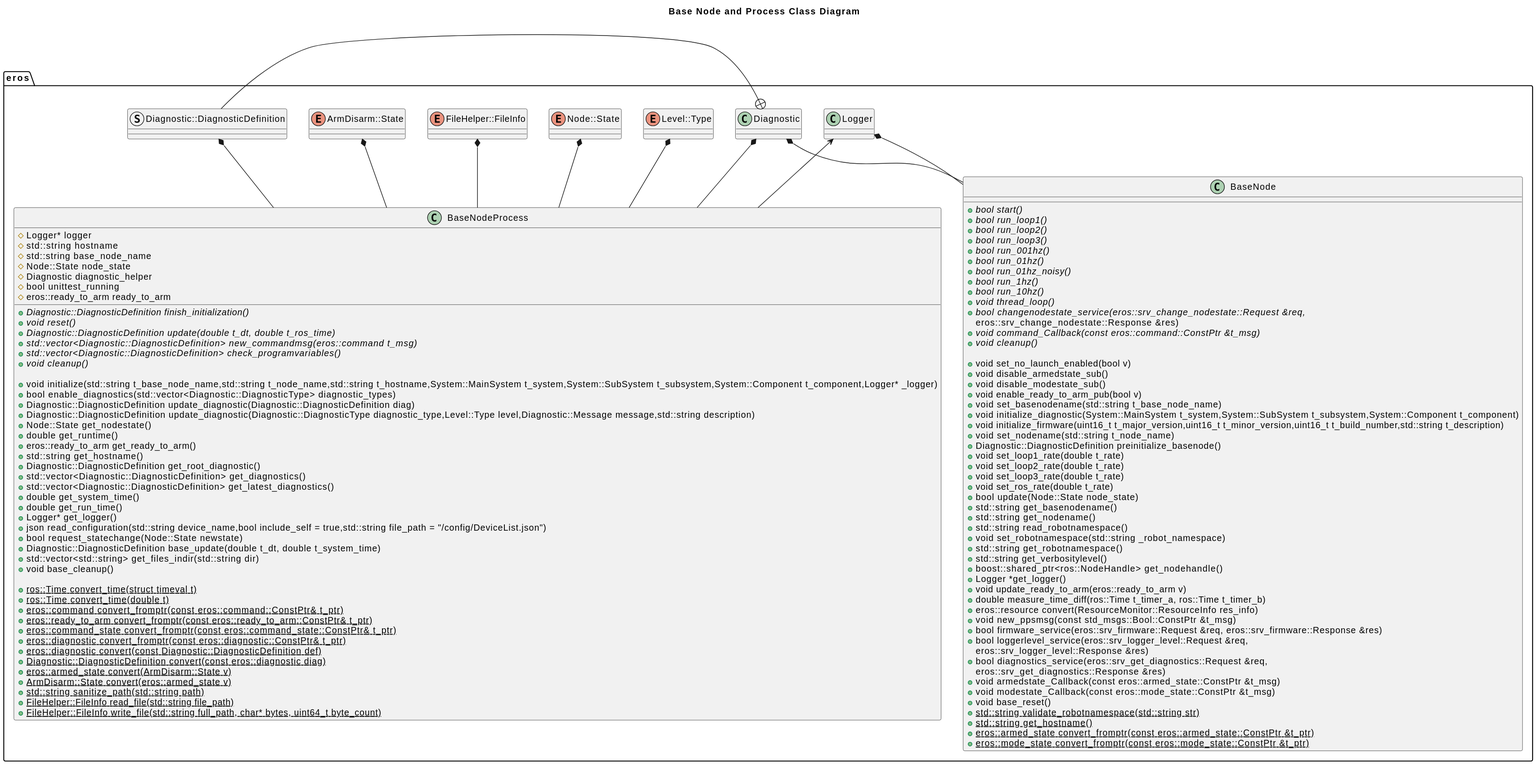
Earlier version of the PlantUML export doc/BaseNode/output/BaseNodeClassDiagram.svg (dgitz/eros). Source of this version:
```plantuml
@startuml
title Base Node and Process Class Diagram
package eros {
    class BaseNodeProcess
    class BaseNode
    together {
        enum Level::Type
        struct Diagnostic::DiagnosticDefinition
        enum Node::State
        class Logger
        enum ArmDisarm::State
        enum FileHelper::FileInfo
        class Diagnostic
    }
}
Logger <-- BaseNodeProcess
Level::Type *-- BaseNodeProcess
Diagnostic::DiagnosticDefinition *-- BaseNodeProcess
Node::State *-- BaseNodeProcess
ArmDisarm::State *-- BaseNodeProcess
FileHelper::FileInfo *-- BaseNodeProcess
Diagnostic *-- BaseNodeProcess
Diagnostic *-- BaseNode
Logger *-- BaseNode
Diagnostic +- Diagnostic::DiagnosticDefinition
class BaseNodeProcess {
    +{abstract} Diagnostic::DiagnosticDefinition finish_initialization()
    +{abstract} void reset()
    +{abstract} Diagnostic::DiagnosticDefinition update(double t_dt, double t_ros_time)
    +{abstract} std::vector<Diagnostic::DiagnosticDefinition> new_commandmsg(eros::command t_msg)
    +{abstract} std::vector<Diagnostic::DiagnosticDefinition> check_programvariables()
    +{abstract} void cleanup()

    +void initialize(std::string t_base_node_name,std::string t_node_name,std::string t_hostname,System::MainSystem t_system,System::SubSystem t_subsystem,System::Component t_component,Logger* _logger)
    +bool enable_diagnostics(std::vector<Diagnostic::DiagnosticType> diagnostic_types)
    +Diagnostic::DiagnosticDefinition update_diagnostic(Diagnostic::DiagnosticDefinition diag)
    +Diagnostic::DiagnosticDefinition update_diagnostic(Diagnostic::DiagnosticType diagnostic_type,Level::Type level,Diagnostic::Message message,std::string description)
    +Node::State get_nodestate()
    +double get_runtime()
    +eros::ready_to_arm get_ready_to_arm()
    +std::string get_hostname()
    +Diagnostic::DiagnosticDefinition get_root_diagnostic()
    +std::vector<Diagnostic::DiagnosticDefinition> get_diagnostics()
    +std::vector<Diagnostic::DiagnosticDefinition> get_latest_diagnostics()
    +double get_system_time()
    +double get_run_time()
    +Logger* get_logger()
    +json read_configuration(std::string device_name,bool include_self = true,std::string file_path = "~/config/DeviceList.json")
    +bool request_statechange(Node::State newstate)
    +Diagnostic::DiagnosticDefinition base_update(double t_dt, double t_system_time)
    +std::vector<std::string> get_files_indir(std::string dir)
    +void base_cleanup()

    +{static} ros::Time convert_time(struct timeval t)
    +{static} ros::Time convert_time(double t)
    +{static} eros::command convert_fromptr(const eros::command::ConstPtr& t_ptr)
    +{static} eros::ready_to_arm convert_fromptr(const eros::ready_to_arm::ConstPtr& t_ptr)
    +{static} eros::command_state convert_fromptr(const eros::command_state::ConstPtr& t_ptr)
    +{static} eros::diagnostic convert_fromptr(const eros::diagnostic::ConstPtr& t_ptr)
    +{static} eros::diagnostic convert(const Diagnostic::DiagnosticDefinition def)
    +{static} Diagnostic::DiagnosticDefinition convert(const eros::diagnostic diag)
    +{static} eros::armed_state convert(ArmDisarm::State v)
    +{static} ArmDisarm::State convert(eros::armed_state v)
    +{static} std::string sanitize_path(std::string path)
    +{static} FileHelper::FileInfo read_file(std::string file_path)
    +{static} FileHelper::FileInfo write_file(std::string full_path, char* bytes, uint64_t byte_count)

    #Logger* logger
    #std::string hostname
    #std::string base_node_name
    #Node::State node_state
    #Diagnostic diagnostic_helper
    #bool unittest_running
    #eros::ready_to_arm ready_to_arm


}
class BaseNode {
    +{abstract} bool start()
    +{abstract} bool run_loop1()
    +{abstract} bool run_loop2()
    +{abstract} bool run_loop3()
    +{abstract} bool run_001hz()
    +{abstract} bool run_01hz()
    +{abstract} bool run_01hz_noisy()
    +{abstract} bool run_1hz()
    +{abstract} bool run_10hz()
    +{abstract} void thread_loop()
    +{abstract} bool changenodestate_service(eros::srv_change_nodestate::Request &req,
                                         eros::srv_change_nodestate::Response &res)
    +{abstract} void command_Callback(const eros::command::ConstPtr &t_msg)
    +{abstract} void cleanup()

    +void set_no_launch_enabled(bool v)
    +void disable_armedstate_sub()
    +void disable_modestate_sub()
    +void enable_ready_to_arm_pub(bool v)
    +void set_basenodename(std::string t_base_node_name)
    +void initialize_diagnostic(System::MainSystem t_system,System::SubSystem t_subsystem,System::Component t_component)
    +void initialize_firmware(uint16_t t_major_version,uint16_t t_minor_version,uint16_t t_build_number,std::string t_description)
    +void set_nodename(std::string t_node_name)
    +Diagnostic::DiagnosticDefinition preinitialize_basenode()
    +void set_loop1_rate(double t_rate)
    +void set_loop2_rate(double t_rate)
    +void set_loop3_rate(double t_rate)
    +void set_ros_rate(double t_rate)
    +bool update(Node::State node_state)
    +std::string get_basenodename()
    +std::string get_nodename()
    +std::string read_robotnamespace()
    +void set_robotnamespace(std::string _robot_namespace)
    +std::string get_robotnamespace()
    +std::string get_verbositylevel()
    +boost::shared_ptr<ros::NodeHandle> get_nodehandle()
    +Logger *get_logger()
    +void update_ready_to_arm(eros::ready_to_arm v)
    +double measure_time_diff(ros::Time t_timer_a, ros::Time t_timer_b)
    +eros::resource convert(ResourceMonitor::ResourceInfo res_info)
    +void new_ppsmsg(const std_msgs::Bool::ConstPtr &t_msg)
    +bool firmware_service(eros::srv_firmware::Request &req, eros::srv_firmware::Response &res)
    +bool loggerlevel_service(eros::srv_logger_level::Request &req,
                             eros::srv_logger_level::Response &res)
    +bool diagnostics_service(eros::srv_get_diagnostics::Request &req,
                             eros::srv_get_diagnostics::Response &res)
    +void armedstate_Callback(const eros::armed_state::ConstPtr &t_msg)
    +void modestate_Callback(const eros::mode_state::ConstPtr &t_msg)
    +void base_reset()


    +{static} std::string validate_robotnamespace(std::string str)
    +{static} std::string get_hostname()
    +{static} eros::armed_state convert_fromptr(const eros::armed_state::ConstPtr &t_ptr)
    +{static} eros::mode_state convert_fromptr(const eros::mode_state::ConstPtr &t_ptr)
}
@enduml
```
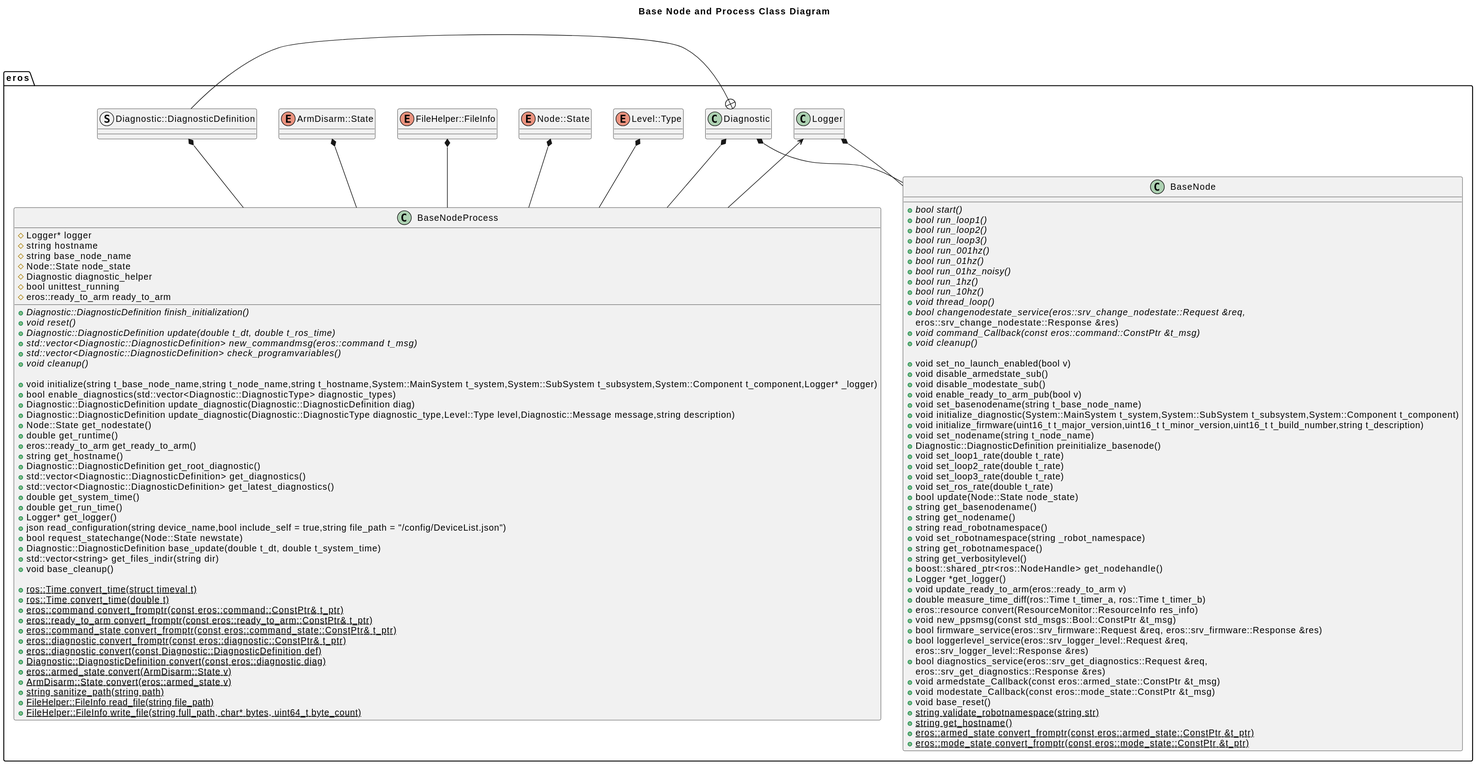
Above is the later version.

Change to the diagram source:
```diff
@@ -31,24 +31,24 @@
     +{abstract} std::vector<Diagnostic::DiagnosticDefinition> check_programvariables()
     +{abstract} void cleanup()
 
-    +void initialize(std::string t_base_node_name,std::string t_node_name,std::string t_hostname,System::MainSystem t_system,System::SubSystem t_subsystem,System::Component t_component,Logger* _logger)
+    +void initialize(string t_base_node_name,string t_node_name,string t_hostname,System::MainSystem t_system,System::SubSystem t_subsystem,System::Component t_component,Logger* _logger)
     +bool enable_diagnostics(std::vector<Diagnostic::DiagnosticType> diagnostic_types)
     +Diagnostic::DiagnosticDefinition update_diagnostic(Diagnostic::DiagnosticDefinition diag)
-    +Diagnostic::DiagnosticDefinition update_diagnostic(Diagnostic::DiagnosticType diagnostic_type,Level::Type level,Diagnostic::Message message,std::string description)
+    +Diagnostic::DiagnosticDefinition update_diagnostic(Diagnostic::DiagnosticType diagnostic_type,Level::Type level,Diagnostic::Message message,string description)
     +Node::State get_nodestate()
     +double get_runtime()
     +eros::ready_to_arm get_ready_to_arm()
-    +std::string get_hostname()
+    +string get_hostname()
     +Diagnostic::DiagnosticDefinition get_root_diagnostic()
     +std::vector<Diagnostic::DiagnosticDefinition> get_diagnostics()
     +std::vector<Diagnostic::DiagnosticDefinition> get_latest_diagnostics()
     +double get_system_time()
     +double get_run_time()
     +Logger* get_logger()
-    +json read_configuration(std::string device_name,bool include_self = true,std::string file_path = "~/config/DeviceList.json")
+    +json read_configuration(string device_name,bool include_self = true,string file_path = "~/config/DeviceList.json")
     +bool request_statechange(Node::State newstate)
     +Diagnostic::DiagnosticDefinition base_update(double t_dt, double t_system_time)
-    +std::vector<std::string> get_files_indir(std::string dir)
+    +std::vector<string> get_files_indir(string dir)
     +void base_cleanup()
 
     +{static} ros::Time convert_time(struct timeval t)
@@ -61,13 +61,13 @@
     +{static} Diagnostic::DiagnosticDefinition convert(const eros::diagnostic diag)
     +{static} eros::armed_state convert(ArmDisarm::State v)
     +{static} ArmDisarm::State convert(eros::armed_state v)
-    +{static} std::string sanitize_path(std::string path)
-    +{static} FileHelper::FileInfo read_file(std::string file_path)
-    +{static} FileHelper::FileInfo write_file(std::string full_path, char* bytes, uint64_t byte_count)
+    +{static} string sanitize_path(string path)
+    +{static} FileHelper::FileInfo read_file(string file_path)
+    +{static} FileHelper::FileInfo write_file(string full_path, char* bytes, uint64_t byte_count)
 
     #Logger* logger
-    #std::string hostname
-    #std::string base_node_name
+    #string hostname
+    #string base_node_name
     #Node::State node_state
     #Diagnostic diagnostic_helper
     #bool unittest_running
@@ -95,22 +95,22 @@
     +void disable_armedstate_sub()
     +void disable_modestate_sub()
     +void enable_ready_to_arm_pub(bool v)
-    +void set_basenodename(std::string t_base_node_name)
+    +void set_basenodename(string t_base_node_name)
     +void initialize_diagnostic(System::MainSystem t_system,System::SubSystem t_subsystem,System::Component t_component)
-    +void initialize_firmware(uint16_t t_major_version,uint16_t t_minor_version,uint16_t t_build_number,std::string t_description)
-    +void set_nodename(std::string t_node_name)
+    +void initialize_firmware(uint16_t t_major_version,uint16_t t_minor_version,uint16_t t_build_number,string t_description)
+    +void set_nodename(string t_node_name)
     +Diagnostic::DiagnosticDefinition preinitialize_basenode()
     +void set_loop1_rate(double t_rate)
     +void set_loop2_rate(double t_rate)
     +void set_loop3_rate(double t_rate)
     +void set_ros_rate(double t_rate)
     +bool update(Node::State node_state)
-    +std::string get_basenodename()
-    +std::string get_nodename()
-    +std::string read_robotnamespace()
-    +void set_robotnamespace(std::string _robot_namespace)
-    +std::string get_robotnamespace()
-    +std::string get_verbositylevel()
+    +string get_basenodename()
+    +string get_nodename()
+    +string read_robotnamespace()
+    +void set_robotnamespace(string _robot_namespace)
+    +string get_robotnamespace()
+    +string get_verbositylevel()
     +boost::shared_ptr<ros::NodeHandle> get_nodehandle()
     +Logger *get_logger()
     +void update_ready_to_arm(eros::ready_to_arm v)
@@ -127,8 +127,8 @@
     +void base_reset()
 
 
-    +{static} std::string validate_robotnamespace(std::string str)
-    +{static} std::string get_hostname()
+    +{static} string validate_robotnamespace(string str)
+    +{static} string get_hostname()
     +{static} eros::armed_state convert_fromptr(const eros::armed_state::ConstPtr &t_ptr)
     +{static} eros::mode_state convert_fromptr(const eros::mode_state::ConstPtr &t_ptr)
 }
```
